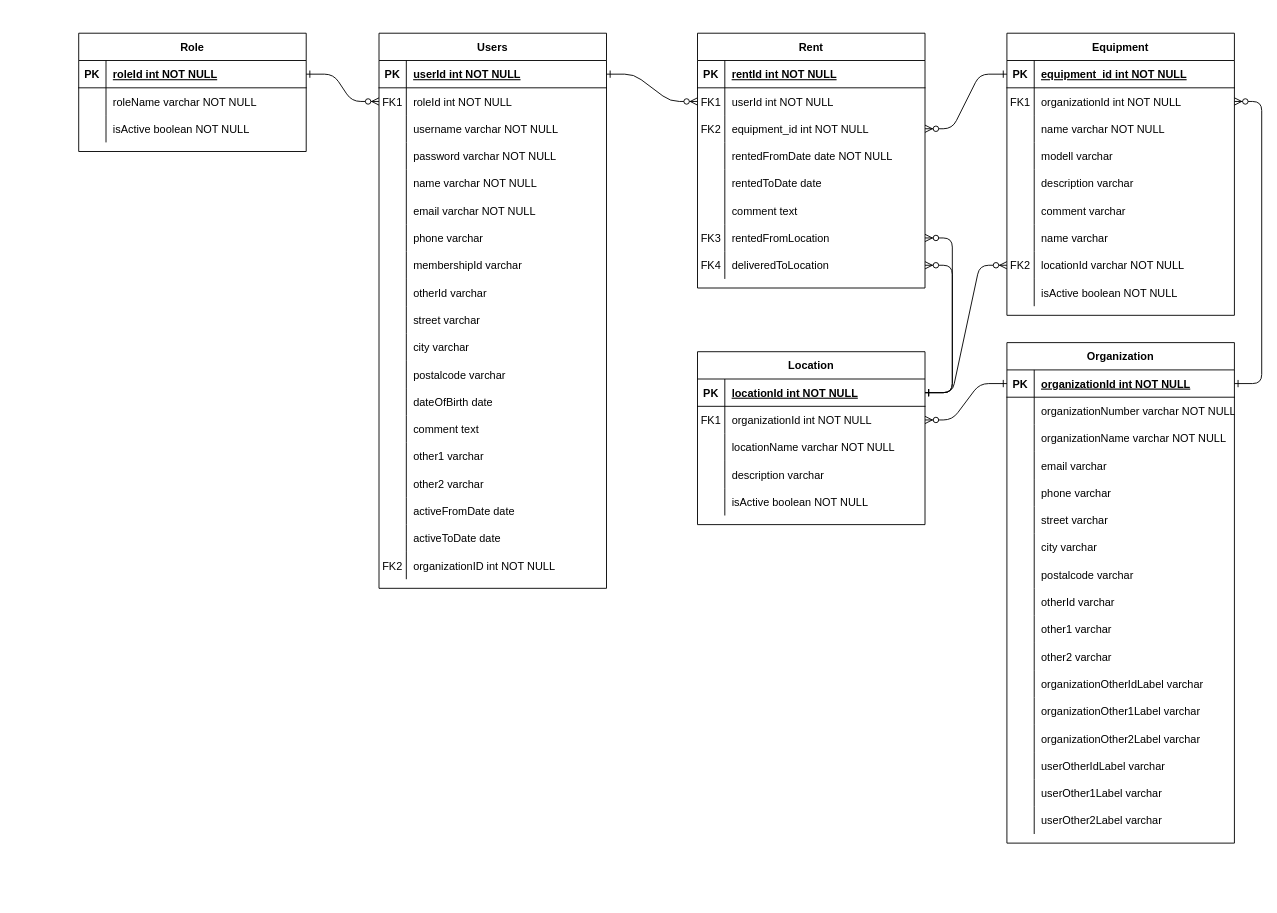
roarengen/equiplib keeps this draw.io diagram as Database.drawio. Above is the earlier version. Source tidied: cells renumbered, new cells numbered last; positions are measured from the earlier drawing's top-left corner, leaving out a move shared by most shapes. Both pictures are drawn from the tidied source at 91%, with x=0, y=0 at pixel (78, 33).
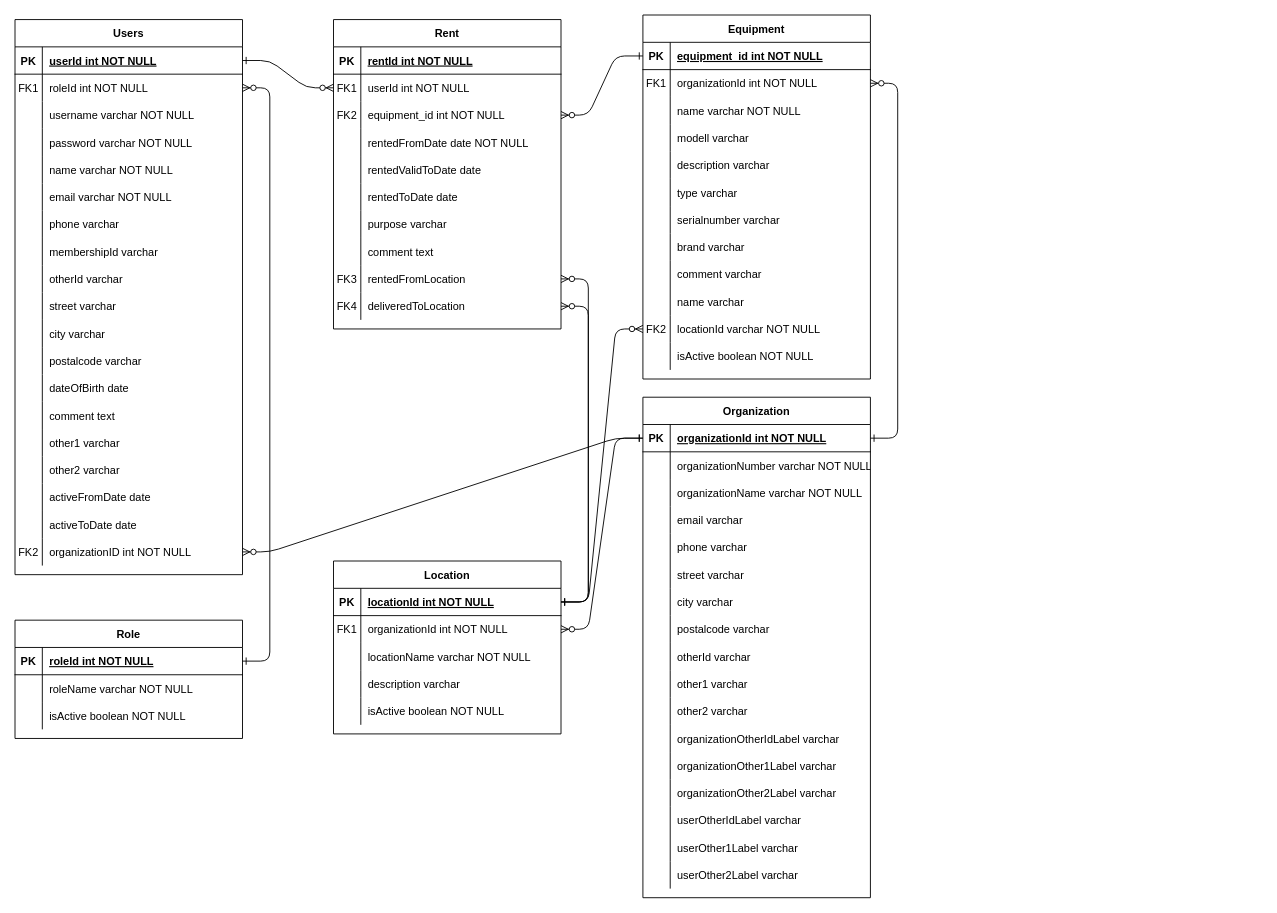
The same diagram, later.

Unchanged cells that the change refers to:
```xml
<mxCell id="59" style="shape=partialRectangle;fillColor=none;points=[[0,0.5],[1,0.5]];portConstraint=eastwest;top=0;left=0;right=0;bottom=0;" parent="4" vertex="1">
  <mxGeometry y="570" width="250" height="30" as="geometry" />
</mxCell>
<mxCell id="145" style="shape=partialRectangle;fillColor=none;points=[[0,0.5],[1,0.5]];portConstraint=eastwest;top=0;left=0;right=0;bottom=1;" parent="144" vertex="1">
  <mxGeometry y="30" width="250" height="30" as="geometry" />
</mxCell>
```

What changed in the source:
```diff
@@
     <mxCell id="4" value="Users" style="shape=table;startSize=30;childLayout=tableLayout;rowLines=0;fontStyle=1;align=center;" parent="1" vertex="1">
-      <mxGeometry x="330" width="250" height="610" as="geometry" />
+      <mxGeometry x="-70" y="-15" width="250" height="610" as="geometry" />
     </mxCell>
@@
     <mxCell id="62" value="Rent" style="shape=table;startSize=30;childLayout=tableLayout;rowLines=0;fontStyle=1;align=center;" parent="1" vertex="1">
-      <mxGeometry x="680" width="250" height="280" as="geometry" />
+      <mxGeometry x="280" y="-15" width="250" height="340" as="geometry" />
     </mxCell>
@@
+    <mxCell id="199" style="shape=partialRectangle;fillColor=none;top=0;left=0;right=0;bottom=0;" parent="62" vertex="1">
+      <mxGeometry y="150" width="250" height="30" as="geometry" />
+    </mxCell>
+    <mxCell id="200" style="shape=partialRectangle;overflow=hidden;fillColor=none;top=0;left=0;bottom=0;right=0;" parent="199" vertex="1">
+      <mxGeometry width="30" height="30" as="geometry" />
+    </mxCell>
+    <mxCell id="201" value="rentedValidToDate date" style="shape=partialRectangle;overflow=hidden;fillColor=none;top=0;left=0;bottom=0;right=0;align=left;spacingLeft=6;" parent="199" vertex="1">
+      <mxGeometry x="30" width="220" height="30" as="geometry" />
+    </mxCell>
     <mxCell id="75" style="shape=partialRectangle;fillColor=none;top=0;left=0;right=0;bottom=0;" parent="62" vertex="1">
-      <mxGeometry y="150" width="250" height="30" as="geometry" />
+      <mxGeometry y="180" width="250" height="30" as="geometry" />
     </mxCell>
@@
+    <mxCell id="202" style="shape=partialRectangle;fillColor=none;top=0;left=0;right=0;bottom=0;" parent="62" vertex="1">
+      <mxGeometry y="210" width="250" height="30" as="geometry" />
+    </mxCell>
+    <mxCell id="203" style="shape=partialRectangle;overflow=hidden;fillColor=none;top=0;left=0;bottom=0;right=0;" parent="202" vertex="1">
+      <mxGeometry width="30" height="30" as="geometry" />
+    </mxCell>
+    <mxCell id="204" value="purpose varchar" style="shape=partialRectangle;overflow=hidden;fillColor=none;top=0;left=0;bottom=0;right=0;align=left;spacingLeft=6;" parent="202" vertex="1">
+      <mxGeometry x="30" width="220" height="30" as="geometry" />
+    </mxCell>
     <mxCell id="78" style="shape=partialRectangle;fillColor=none;top=0;left=0;right=0;bottom=0;" parent="62" vertex="1">
-      <mxGeometry y="180" width="250" height="30" as="geometry" />
+      <mxGeometry y="240" width="250" height="30" as="geometry" />
     </mxCell>
@@
     <mxCell id="81" style="shape=partialRectangle;fillColor=none;points=[[0,0.5],[1,0.5]];portConstraint=eastwest;top=0;left=0;right=0;bottom=0;" parent="62" vertex="1">
-      <mxGeometry y="210" width="250" height="30" as="geometry" />
+      <mxGeometry y="270" width="250" height="30" as="geometry" />
     </mxCell>
@@
     <mxCell id="84" style="shape=partialRectangle;fillColor=none;points=[[0,0.5],[1,0.5]];portConstraint=eastwest;top=0;left=0;right=0;bottom=0;" parent="62" vertex="1">
-      <mxGeometry y="240" width="250" height="30" as="geometry" />
+      <mxGeometry y="300" width="250" height="30" as="geometry" />
     </mxCell>
@@
     <mxCell id="87" value="Role" style="shape=table;startSize=30;childLayout=tableLayout;rowLines=0;fontStyle=1;align=center;" parent="1" vertex="1">
-      <mxGeometry width="250" height="130" as="geometry" />
+      <mxGeometry x="-70" y="645" width="250" height="130" as="geometry" />
     </mxCell>
@@
     <mxCell id="97" value="Equipment" style="shape=table;startSize=30;childLayout=tableLayout;rowLines=0;fontStyle=1;align=center;" parent="1" vertex="1">
-      <mxGeometry x="1020" width="250" height="310" as="geometry" />
+      <mxGeometry x="620" y="-20" width="250" height="400" as="geometry" />
     </mxCell>
@@
+    <mxCell id="205" style="shape=partialRectangle;fillColor=none;top=0;left=0;right=0;bottom=0;" parent="97" vertex="1">
+      <mxGeometry y="180" width="250" height="30" as="geometry" />
+    </mxCell>
+    <mxCell id="206" style="shape=partialRectangle;overflow=hidden;fillColor=none;top=0;left=0;bottom=0;right=0;" parent="205" vertex="1">
+      <mxGeometry width="30" height="30" as="geometry" />
+    </mxCell>
+    <mxCell id="207" value="type varchar" style="shape=partialRectangle;overflow=hidden;fillColor=none;top=0;left=0;bottom=0;right=0;align=left;spacingLeft=6;" parent="205" vertex="1">
+      <mxGeometry x="30" width="220" height="30" as="geometry" />
+    </mxCell>
+    <mxCell id="208" style="shape=partialRectangle;fillColor=none;top=0;left=0;right=0;bottom=0;" parent="97" vertex="1">
+      <mxGeometry y="210" width="250" height="30" as="geometry" />
+    </mxCell>
+    <mxCell id="209" style="shape=partialRectangle;overflow=hidden;fillColor=none;top=0;left=0;bottom=0;right=0;" parent="208" vertex="1">
+      <mxGeometry width="30" height="30" as="geometry" />
+    </mxCell>
+    <mxCell id="210" value="serialnumber varchar" style="shape=partialRectangle;overflow=hidden;fillColor=none;top=0;left=0;bottom=0;right=0;align=left;spacingLeft=6;" parent="208" vertex="1">
+      <mxGeometry x="30" width="220" height="30" as="geometry" />
+    </mxCell>
+    <mxCell id="211" style="shape=partialRectangle;fillColor=none;top=0;left=0;right=0;bottom=0;" parent="97" vertex="1">
+      <mxGeometry y="240" width="250" height="30" as="geometry" />
+    </mxCell>
+    <mxCell id="212" style="shape=partialRectangle;overflow=hidden;fillColor=none;top=0;left=0;bottom=0;right=0;" parent="211" vertex="1">
+      <mxGeometry width="30" height="30" as="geometry" />
+    </mxCell>
+    <mxCell id="213" value="brand varchar" style="shape=partialRectangle;overflow=hidden;fillColor=none;top=0;left=0;bottom=0;right=0;align=left;spacingLeft=6;" parent="211" vertex="1">
+      <mxGeometry x="30" width="220" height="30" as="geometry" />
+    </mxCell>
     <mxCell id="113" style="shape=partialRectangle;fillColor=none;top=0;left=0;right=0;bottom=0;" parent="97" vertex="1">
-      <mxGeometry y="180" width="250" height="30" as="geometry" />
+      <mxGeometry y="270" width="250" height="30" as="geometry" />
     </mxCell>
@@
     <mxCell id="116" style="shape=partialRectangle;fillColor=none;top=0;left=0;right=0;bottom=0;" parent="97" vertex="1">
-      <mxGeometry y="210" width="250" height="30" as="geometry" />
+      <mxGeometry y="300" width="250" height="30" as="geometry" />
     </mxCell>
@@
     <mxCell id="119" style="shape=partialRectangle;fillColor=none;points=[[0,0.5],[1,0.5]];portConstraint=eastwest;top=0;left=0;right=0;bottom=0;" parent="97" vertex="1">
-      <mxGeometry y="240" width="250" height="30" as="geometry" />
+      <mxGeometry y="330" width="250" height="30" as="geometry" />
     </mxCell>
@@
     <mxCell id="122" style="shape=partialRectangle;fillColor=none;top=0;left=0;right=0;bottom=0;" parent="97" vertex="1">
-      <mxGeometry y="270" width="250" height="30" as="geometry" />
+      <mxGeometry y="360" width="250" height="30" as="geometry" />
     </mxCell>
@@
     <mxCell id="126" value="Location" style="shape=table;startSize=30;childLayout=tableLayout;rowLines=0;fontStyle=1;align=center;" parent="1" vertex="1">
-      <mxGeometry x="680" y="350" width="250" height="190" as="geometry" />
+      <mxGeometry x="280" y="580" width="250" height="190" as="geometry" />
     </mxCell>
@@
     <mxCell id="144" value="Organization" style="shape=table;startSize=30;childLayout=tableLayout;rowLines=0;fontStyle=1;align=center;" parent="1" vertex="1">
-      <mxGeometry x="1020" y="340" width="250" height="550" as="geometry" />
+      <mxGeometry x="620" y="400" width="250" height="550" as="geometry" />
     </mxCell>
@@
+    <mxCell id="214" style="edgeStyle=entityRelationEdgeStyle;endArrow=ERzeroToMany;startArrow=ERone;endFill=1;startFill=0;exitX=0;exitY=0.5;exitDx=0;exitDy=0;" parent="1" edge="1" source="145" target="59">
+      <mxGeometry relative="1" as="geometry" />
+    </mxCell>
```
